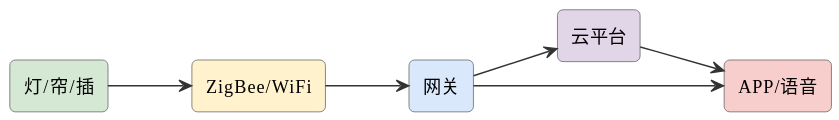
mingyi0818/IntelligentMcuCourse keeps this PlantUML diagram as assets/diagrams/ideas-fig14.svg. Above is the earlier version.
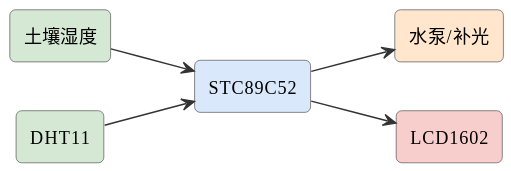
Above is the later version.

The edit, as a diff of the source:
```diff
@@ -6,14 +6,13 @@
 skinparam arrowFontSize 11
 skinparam arrowColor #333
 left to right direction
-rectangle "灯/帘/插" as dev #d5e8d4
-rectangle "ZigBee/WiFi" as z #fff2cc
-rectangle "网关" as gw #dae8fc
-rectangle "云平台" as cloud #e1d5e8
-rectangle "APP/语音" as app #f8cecc
-dev --> z
-z --> gw
-gw --> cloud
-cloud --> app
-gw --> app
+rectangle "土壤湿度" as soil #d5e8d4
+rectangle "DHT11" as dht #d5e8d4
+rectangle "STC89C52" as mcu #dae8fc
+rectangle "水泵/补光" as pump #ffe6cc
+rectangle "LCD1602" as lcd #f8cecc
+soil --> mcu
+dht --> mcu
+mcu --> pump
+mcu --> lcd
 @enduml
```
